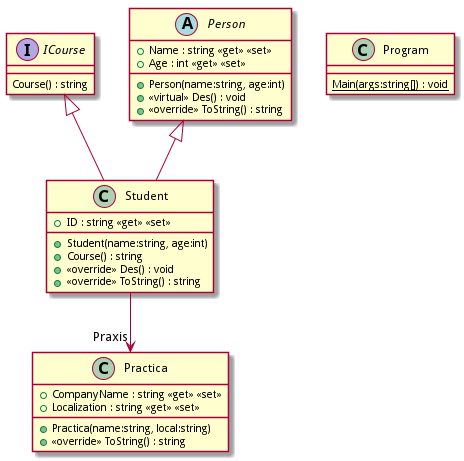
This is TestUML/include.png from mmachel/Basics, a PlantUML export, as it was before one commit.
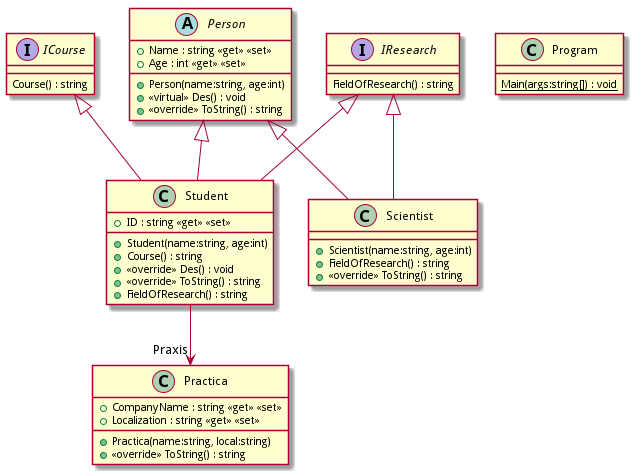
After the change.

Commit message:
Add new class diagramm

Diff of the diagram source:
```diff
@@ -1,6 +1,9 @@
 @startuml
 interface ICourse {
     Course() : string
+}
+interface IResearch {
+    FieldOfResearch() : string
 }
 abstract class Person {
     + Name : string <<get>> <<set>>
@@ -21,11 +24,20 @@
     + Course() : string
     + <<override>> Des() : void
     + <<override>> ToString() : string
+    + FieldOfResearch() : string
+}
+class Scientist {
+    + Scientist(name:string, age:int)
+    + FieldOfResearch() : string
+    + <<override>> ToString() : string
 }
 class Program {
     {static} Main(args:string[]) : void
 }
 Person <|-- Student
 ICourse <|-- Student
+IResearch <|-- Student
 Student --> "Praxis" Practica
+Person <|-- Scientist
+IResearch <|-- Scientist
 @enduml
```
